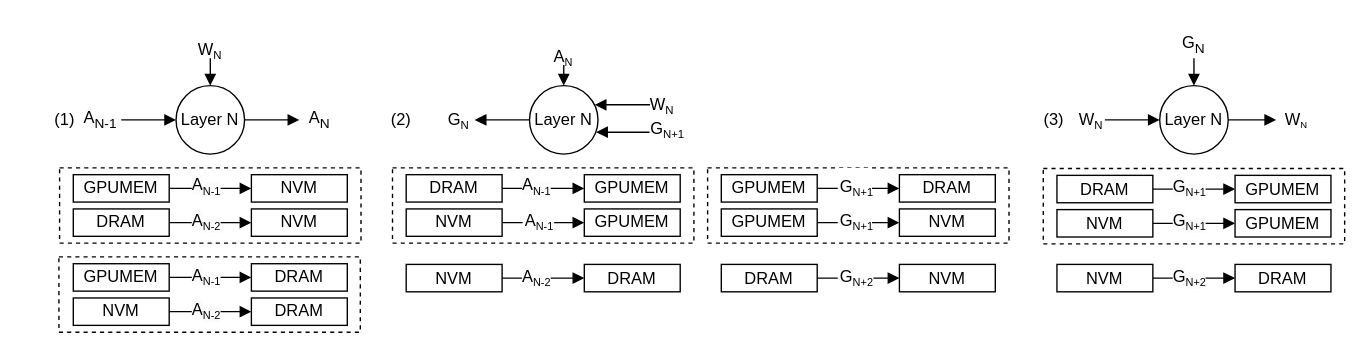
Before: fig/pipeline.drawio in icszhr/NCheck, a draw.io diagram. Source tidied: cells renumbered, new cells numbered last; positions are measured from the earlier drawing's top-left corner, leaving out a move shared by most shapes. Both pictures are drawn from the tidied source at 137%, with x=0, y=0 at pixel (23, 23).
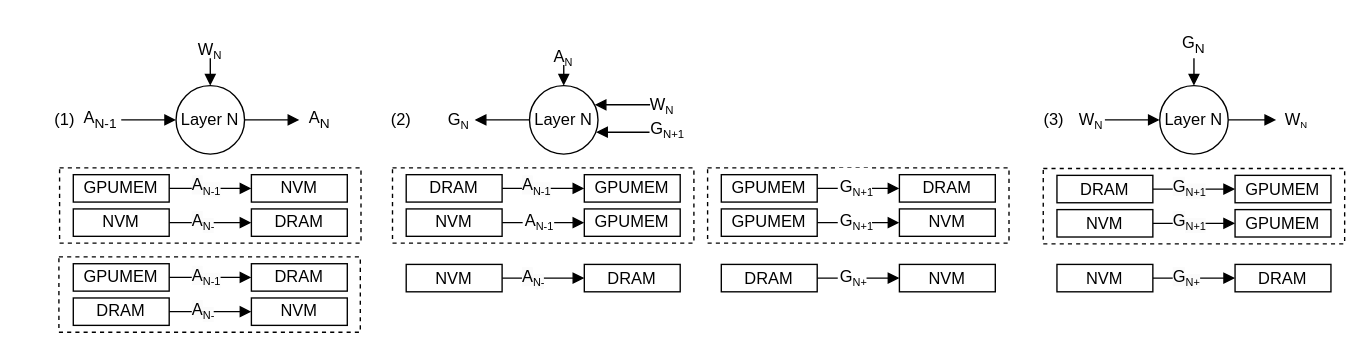
After the change.

Diff of the diagram source:
```diff
@@
+    <mxCell id="43" style="rounded=0;whiteSpace=wrap;html=1;fillColor=none;dashed=1;" parent="1" vertex="1">
+      <mxGeometry x="25.5" y="170" width="220" height="55" as="geometry" />
+    </mxCell>
+    <mxCell id="49" style="rounded=0;whiteSpace=wrap;html=1;fillColor=none;dashed=1;" parent="1" vertex="1">
+      <mxGeometry x="26" y="105" width="220" height="55" as="geometry" />
+    </mxCell>
@@
-    <mxCell id="32" value="DRAM" style="rounded=0;whiteSpace=wrap;html=1;" parent="1" vertex="1">
+    <mxCell id="32" value="NVM" style="rounded=0;whiteSpace=wrap;html=1;" parent="1" vertex="1">
       <mxGeometry x="36" y="135" width="70" height="20" as="geometry" />
     </mxCell>
-    <mxCell id="33" value="NVM" style="rounded=0;whiteSpace=wrap;html=1;" parent="1" vertex="1">
+    <mxCell id="33" value="DRAM" style="rounded=0;whiteSpace=wrap;html=1;" parent="1" vertex="1">
       <mxGeometry x="166" y="135" width="70" height="20" as="geometry" />
     </mxCell>
@@
-    <mxCell id="38" value="&lt;span style=&quot;color: rgb(0, 0, 0); font-family: Helvetica; font-size: 12px; font-style: normal; font-variant-ligatures: normal; font-variant-caps: normal; font-weight: 400; letter-spacing: normal; orphans: 2; text-align: center; text-indent: 0px; text-transform: none; widows: 2; word-spacing: 0px; -webkit-text-stroke-width: 0px; white-space: normal; background-color: rgb(251, 251, 251); text-decoration-thickness: initial; text-decoration-style: initial; text-decoration-color: initial; display: inline !important; float: none;&quot;&gt;A&lt;/span&gt;&lt;sub style=&quot;forced-color-adjust: none; color: rgb(0, 0, 0); font-family: Helvetica; font-style: normal; font-variant-ligatures: normal; font-variant-caps: normal; font-weight: 400; letter-spacing: normal; orphans: 2; text-align: center; text-indent: 0px; text-transform: none; widows: 2; word-spacing: 0px; -webkit-text-stroke-width: 0px; white-space: normal; background-color: rgb(251, 251, 251); text-decoration-thickness: initial; text-decoration-style: initial; text-decoration-color: initial;&quot;&gt;&lt;font style=&quot;font-size: 8px;&quot;&gt;N-2&lt;/font&gt;&lt;/sub&gt;" style="text;whiteSpace=wrap;html=1;" parent="1" vertex="1">
+    <mxCell id="38" value="&lt;span style=&quot;color: rgb(0, 0, 0); font-family: Helvetica; font-size: 12px; font-style: normal; font-variant-ligatures: normal; font-variant-caps: normal; font-weight: 400; letter-spacing: normal; orphans: 2; text-align: center; text-indent: 0px; text-transform: none; widows: 2; word-spacing: 0px; -webkit-text-stroke-width: 0px; white-space: normal; background-color: rgb(251, 251, 251); text-decoration-thickness: initial; text-decoration-style: initial; text-decoration-color: initial; display: inline !important; float: none;&quot;&gt;A&lt;/span&gt;&lt;sub style=&quot;forced-color-adjust: none; color: rgb(0, 0, 0); font-family: Helvetica; font-style: normal; font-variant-ligatures: normal; font-variant-caps: normal; font-weight: 400; letter-spacing: normal; orphans: 2; text-align: center; text-indent: 0px; text-transform: none; widows: 2; word-spacing: 0px; -webkit-text-stroke-width: 0px; white-space: normal; background-color: rgb(251, 251, 251); text-decoration-thickness: initial; text-decoration-style: initial; text-decoration-color: initial;&quot;&gt;&lt;font style=&quot;font-size: 8px;&quot;&gt;N-&lt;/font&gt;&lt;/sub&gt;" style="text;whiteSpace=wrap;html=1;" parent="1" vertex="1">
       <mxGeometry x="362" y="170.5" width="30" height="30" as="geometry" />
     </mxCell>
@@
-    <mxCell id="40" value="NVM" style="rounded=0;whiteSpace=wrap;html=1;" parent="1" vertex="1">
+    <mxCell id="40" value="DRAM" style="rounded=0;whiteSpace=wrap;html=1;" parent="1" vertex="1">
       <mxGeometry x="36" y="200" width="70" height="20" as="geometry" />
     </mxCell>
-    <mxCell id="41" value="DRAM" style="rounded=0;whiteSpace=wrap;html=1;" parent="1" vertex="1">
+    <mxCell id="41" value="NVM" style="rounded=0;whiteSpace=wrap;html=1;" parent="1" vertex="1">
       <mxGeometry x="166" y="200" width="70" height="20" as="geometry" />
     </mxCell>
-    <mxCell id="42" value="&lt;span style=&quot;color: rgb(0, 0, 0); font-family: Helvetica; font-size: 12px; font-style: normal; font-variant-ligatures: normal; font-variant-caps: normal; font-weight: 400; letter-spacing: normal; orphans: 2; text-align: center; text-indent: 0px; text-transform: none; widows: 2; word-spacing: 0px; -webkit-text-stroke-width: 0px; white-space: normal; background-color: rgb(251, 251, 251); text-decoration-thickness: initial; text-decoration-style: initial; text-decoration-color: initial; display: inline !important; float: none;&quot;&gt;A&lt;/span&gt;&lt;sub style=&quot;forced-color-adjust: none; color: rgb(0, 0, 0); font-family: Helvetica; font-style: normal; font-variant-ligatures: normal; font-variant-caps: normal; font-weight: 400; letter-spacing: normal; orphans: 2; text-align: center; text-indent: 0px; text-transform: none; widows: 2; word-spacing: 0px; -webkit-text-stroke-width: 0px; white-space: normal; background-color: rgb(251, 251, 251); text-decoration-thickness: initial; text-decoration-style: initial; text-decoration-color: initial;&quot;&gt;&lt;font style=&quot;font-size: 8px;&quot;&gt;N-2&lt;/font&gt;&lt;/sub&gt;" style="text;whiteSpace=wrap;html=1;" parent="1" vertex="1">
-      <mxGeometry x="121" y="195" width="30" height="30" as="geometry" />
+    <mxCell id="42" value="&lt;span style=&quot;color: rgb(0, 0, 0); font-family: Helvetica; font-size: 12px; font-style: normal; font-variant-ligatures: normal; font-variant-caps: normal; font-weight: 400; letter-spacing: normal; orphans: 2; text-align: center; text-indent: 0px; text-transform: none; widows: 2; word-spacing: 0px; -webkit-text-stroke-width: 0px; white-space: normal; background-color: rgb(251, 251, 251); text-decoration-thickness: initial; text-decoration-style: initial; text-decoration-color: initial; display: inline !important; float: none;&quot;&gt;A&lt;/span&gt;&lt;sub style=&quot;forced-color-adjust: none; color: rgb(0, 0, 0); font-family: Helvetica; font-style: normal; font-variant-ligatures: normal; font-variant-caps: normal; font-weight: 400; letter-spacing: normal; orphans: 2; text-align: center; text-indent: 0px; text-transform: none; widows: 2; word-spacing: 0px; -webkit-text-stroke-width: 0px; white-space: normal; background-color: rgb(251, 251, 251); text-decoration-thickness: initial; text-decoration-style: initial; text-decoration-color: initial;&quot;&gt;&lt;font style=&quot;font-size: 8px;&quot;&gt;N-&lt;/font&gt;&lt;/sub&gt;" style="text;whiteSpace=wrap;html=1;" parent="1" vertex="1">
+      <mxGeometry x="121" y="195" width="19" height="30" as="geometry" />
     </mxCell>
-    <mxCell id="43" style="rounded=0;whiteSpace=wrap;html=1;fillColor=none;dashed=1;" parent="1" vertex="1">
-      <mxGeometry x="25.5" y="170" width="220" height="55" as="geometry" />
-    </mxCell>
-    <mxCell id="44" value="&lt;span style=&quot;color: rgb(0, 0, 0); font-family: Helvetica; font-size: 12px; font-style: normal; font-variant-ligatures: normal; font-variant-caps: normal; font-weight: 400; letter-spacing: normal; orphans: 2; text-align: center; text-indent: 0px; text-transform: none; widows: 2; word-spacing: 0px; -webkit-text-stroke-width: 0px; white-space: normal; background-color: rgb(251, 251, 251); text-decoration-thickness: initial; text-decoration-style: initial; text-decoration-color: initial; display: inline !important; float: none;&quot;&gt;A&lt;/span&gt;&lt;sub style=&quot;forced-color-adjust: none; color: rgb(0, 0, 0); font-family: Helvetica; font-style: normal; font-variant-ligatures: normal; font-variant-caps: normal; font-weight: 400; letter-spacing: normal; orphans: 2; text-align: center; text-indent: 0px; text-transform: none; widows: 2; word-spacing: 0px; -webkit-text-stroke-width: 0px; white-space: normal; background-color: rgb(251, 251, 251); text-decoration-thickness: initial; text-decoration-style: initial; text-decoration-color: initial;&quot;&gt;&lt;font style=&quot;font-size: 8px;&quot;&gt;N-2&lt;/font&gt;&lt;/sub&gt;" style="text;whiteSpace=wrap;html=1;" parent="1" vertex="1">
+    <mxCell id="44" value="&lt;span style=&quot;color: rgb(0, 0, 0); font-family: Helvetica; font-size: 12px; font-style: normal; font-variant-ligatures: normal; font-variant-caps: normal; font-weight: 400; letter-spacing: normal; orphans: 2; text-align: center; text-indent: 0px; text-transform: none; widows: 2; word-spacing: 0px; -webkit-text-stroke-width: 0px; white-space: normal; background-color: rgb(251, 251, 251); text-decoration-thickness: initial; text-decoration-style: initial; text-decoration-color: initial; display: inline !important; float: none;&quot;&gt;A&lt;/span&gt;&lt;sub style=&quot;forced-color-adjust: none; color: rgb(0, 0, 0); font-family: Helvetica; font-style: normal; font-variant-ligatures: normal; font-variant-caps: normal; font-weight: 400; letter-spacing: normal; orphans: 2; text-align: center; text-indent: 0px; text-transform: none; widows: 2; word-spacing: 0px; -webkit-text-stroke-width: 0px; white-space: normal; background-color: rgb(251, 251, 251); text-decoration-thickness: initial; text-decoration-style: initial; text-decoration-color: initial;&quot;&gt;&lt;font style=&quot;font-size: 8px;&quot;&gt;N-&lt;/font&gt;&lt;/sub&gt;" style="text;whiteSpace=wrap;html=1;" parent="1" vertex="1">
       <mxGeometry x="121" y="130" width="30" height="30" as="geometry" />
     </mxCell>
@@
-    <mxCell id="49" style="rounded=0;whiteSpace=wrap;html=1;fillColor=none;dashed=1;" parent="1" vertex="1">
-      <mxGeometry x="26" y="105" width="220" height="55" as="geometry" />
-    </mxCell>
@@
-    <mxCell id="72" value="&lt;div style=&quot;text-align: center;&quot;&gt;&lt;span style=&quot;background-color: initial;&quot;&gt;G&lt;sub&gt;&lt;font style=&quot;font-size: 8px;&quot;&gt;N+2&lt;/font&gt;&lt;/sub&gt;&lt;/span&gt;&lt;/div&gt;" style="text;whiteSpace=wrap;html=1;fillColor=default;" parent="1" vertex="1">
-      <mxGeometry x="594" y="170.5" width="26" height="30" as="geometry" />
+    <mxCell id="72" value="&lt;div style=&quot;text-align: center;&quot;&gt;&lt;span style=&quot;background-color: initial;&quot;&gt;G&lt;sub&gt;&lt;font style=&quot;font-size: 8px;&quot;&gt;N+&lt;/font&gt;&lt;/sub&gt;&lt;/span&gt;&lt;/div&gt;" style="text;whiteSpace=wrap;html=1;fillColor=default;" parent="1" vertex="1">
+      <mxGeometry x="594" y="170.5" width="21" height="30" as="geometry" />
     </mxCell>
@@
-    <mxCell id="76" value="&lt;span style=&quot;color: rgb(0, 0, 0); font-family: Helvetica; font-size: 12px; font-style: normal; font-variant-ligatures: normal; font-variant-caps: normal; font-weight: 400; letter-spacing: normal; orphans: 2; text-align: center; text-indent: 0px; text-transform: none; widows: 2; word-spacing: 0px; -webkit-text-stroke-width: 0px; white-space: normal; background-color: rgb(251, 251, 251); text-decoration-thickness: initial; text-decoration-style: initial; text-decoration-color: initial; display: inline !important; float: none;&quot;&gt;G&lt;/span&gt;&lt;sub style=&quot;forced-color-adjust: none; color: rgb(0, 0, 0); font-family: Helvetica; font-style: normal; font-variant-ligatures: normal; font-variant-caps: normal; font-weight: 400; letter-spacing: normal; orphans: 2; text-align: center; text-indent: 0px; text-transform: none; widows: 2; word-spacing: 0px; -webkit-text-stroke-width: 0px; white-space: normal; background-color: rgb(251, 251, 251); text-decoration-thickness: initial; text-decoration-style: initial; text-decoration-color: initial;&quot;&gt;&lt;font style=&quot;font-size: 8px;&quot;&gt;N+2&lt;/font&gt;&lt;/sub&gt;" style="text;whiteSpace=wrap;html=1;" parent="1" vertex="1">
+    <mxCell id="76" value="&lt;span style=&quot;color: rgb(0, 0, 0); font-family: Helvetica; font-size: 12px; font-style: normal; font-variant-ligatures: normal; font-variant-caps: normal; font-weight: 400; letter-spacing: normal; orphans: 2; text-align: center; text-indent: 0px; text-transform: none; widows: 2; word-spacing: 0px; -webkit-text-stroke-width: 0px; white-space: normal; background-color: rgb(251, 251, 251); text-decoration-thickness: initial; text-decoration-style: initial; text-decoration-color: initial; display: inline !important; float: none;&quot;&gt;G&lt;/span&gt;&lt;sub style=&quot;forced-color-adjust: none; color: rgb(0, 0, 0); font-family: Helvetica; font-style: normal; font-variant-ligatures: normal; font-variant-caps: normal; font-weight: 400; letter-spacing: normal; orphans: 2; text-align: center; text-indent: 0px; text-transform: none; widows: 2; word-spacing: 0px; -webkit-text-stroke-width: 0px; white-space: normal; background-color: rgb(251, 251, 251); text-decoration-thickness: initial; text-decoration-style: initial; text-decoration-color: initial;&quot;&gt;&lt;font style=&quot;font-size: 8px;&quot;&gt;N+&lt;/font&gt;&lt;/sub&gt;" style="text;whiteSpace=wrap;html=1;" parent="1" vertex="1">
       <mxGeometry x="837" y="170.5" width="30" height="30" as="geometry" />
     </mxCell>
```
